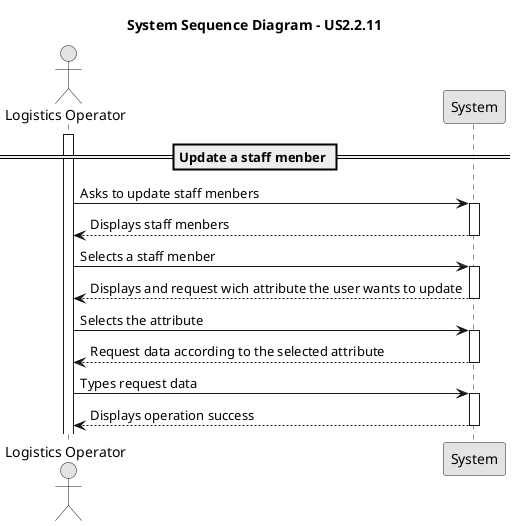
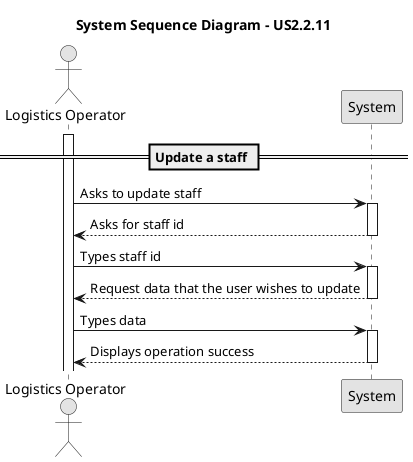
@startuml 2.2.11
skinparam monochrome true
skinparam packageStyle rectangle
skinparam shadowing false

actor "Logistics Operator" as LogisticsOperator
participant "System" as system

title System Sequence Diagram - US2.2.11

- == Update a staff menber ==
+ == Update a staff ==
activate LogisticsOperator

- LogisticsOperator -> system : Asks to update staff menbers
+ LogisticsOperator -> system : Asks to update staff
activate system

- system --> LogisticsOperator : Displays staff menbers
+ system --> LogisticsOperator : Asks for staff id
deactivate system

- LogisticsOperator -> system : Selects a staff menber
+ LogisticsOperator -> system : Types staff id
activate system

- system --> LogisticsOperator : Displays and request wich attribute the user wants to update
- deactivate system
- LogisticsOperator -> system : Selects the attribute
- 
- activate system
- system --> LogisticsOperator : Request data according to the selected attribute
+ system --> LogisticsOperator : Request data that the user wishes to update
deactivate system

- LogisticsOperator -> system : Types request data
+ LogisticsOperator -> system : Types data
activate system
system --> LogisticsOperator : Displays operation success
deactivate system


@enduml
